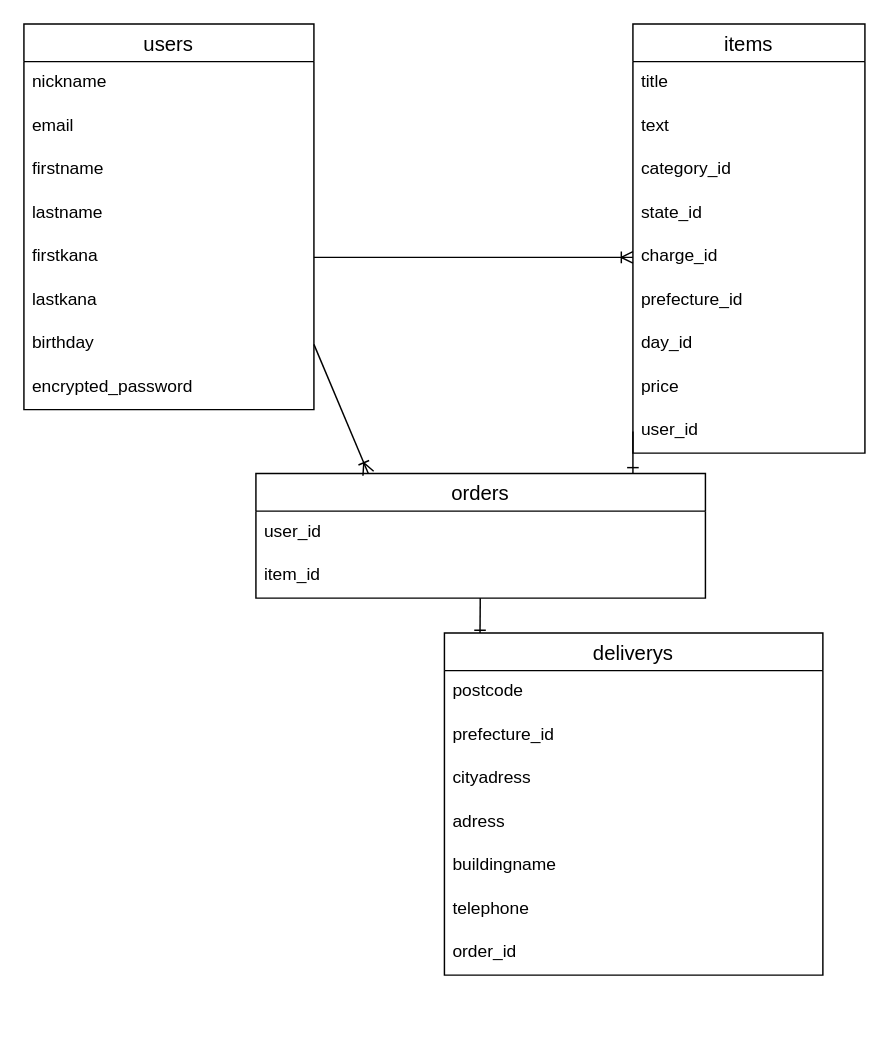
Above: ER.dio in ayako913/furima-38843 (draw.io), before the change. Source tidied: cells renumbered, new cells numbered last; positions are measured from the earlier drawing's top-left corner, leaving out a move shared by most shapes. Both pictures are drawn from the tidied source at 145%, with x=0, y=0 at pixel (23, 23).
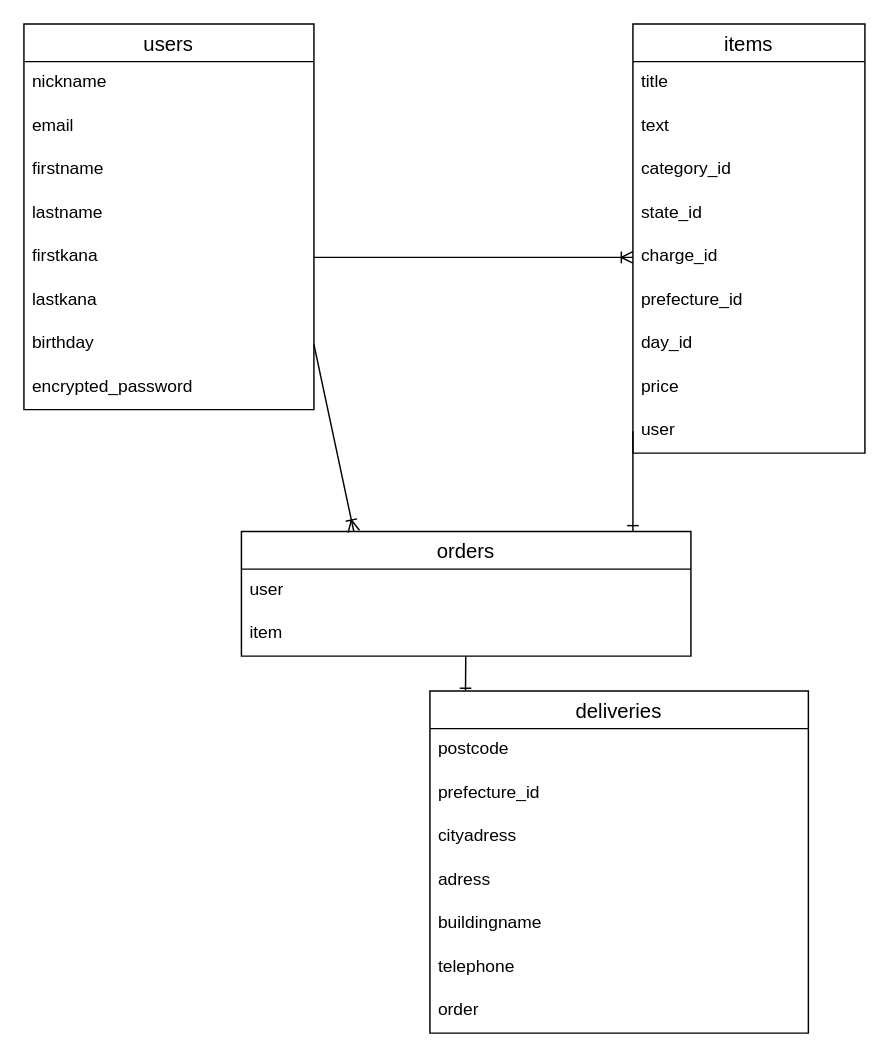
The same page after the edit.

Commit message (it also covers changes not shown here):
データベース設計の修正

Unchanged cells that the change refers to:
```xml
<mxCell id="11" value="items" style="swimlane;fontStyle=0;horizontal=1;startSize=26;align=center;fontSize=14;" parent="1" vertex="1">
  <mxGeometry x="420" width="160" height="296" as="geometry" />
</mxCell>
```

Diff of the diagram source:
```diff
@@
-    <mxCell id="20" value="user_id" style="text;strokeColor=none;fillColor=none;spacingLeft=4;spacingRight=4;overflow=hidden;points=[[0,0.5],[1,0.5]];portConstraint=eastwest;fontSize=12;" parent="11" vertex="1">
+    <mxCell id="20" value="user" style="text;strokeColor=none;fillColor=none;spacingLeft=4;spacingRight=4;overflow=hidden;points=[[0,0.5],[1,0.5]];portConstraint=eastwest;fontSize=12;" parent="11" vertex="1">
       <mxGeometry y="266" width="160" height="30" as="geometry" />
     </mxCell>
@@
     <mxCell id="23" value="orders" style="swimlane;fontStyle=0;horizontal=1;startSize=26;align=center;fontSize=14;" parent="1" vertex="1">
-      <mxGeometry x="160" y="310" width="310" height="86" as="geometry" />
+      <mxGeometry x="150" y="350" width="310" height="86" as="geometry" />
     </mxCell>
-    <mxCell id="24" value="user_id" style="text;strokeColor=none;fillColor=none;spacingLeft=4;spacingRight=4;overflow=hidden;fontSize=12;" parent="23" vertex="1">
+    <mxCell id="24" value="user" style="text;strokeColor=none;fillColor=none;spacingLeft=4;spacingRight=4;overflow=hidden;fontSize=12;" parent="23" vertex="1">
       <mxGeometry y="26" width="310" height="30" as="geometry" />
     </mxCell>
-    <mxCell id="25" value="item_id" style="text;strokeColor=none;fillColor=none;spacingLeft=4;spacingRight=4;overflow=hidden;fontSize=12;" parent="23" vertex="1">
+    <mxCell id="25" value="item" style="text;strokeColor=none;fillColor=none;spacingLeft=4;spacingRight=4;overflow=hidden;fontSize=12;" parent="23" vertex="1">
       <mxGeometry y="56" width="310" height="30" as="geometry" />
     </mxCell>
@@
-    <mxCell id="27" value="deliverys" style="swimlane;fontStyle=0;horizontal=1;startSize=26;align=center;fontSize=14;strokeColor=default;" parent="1" vertex="1">
-      <mxGeometry x="290" y="420" width="261" height="236" as="geometry" />
+    <mxCell id="27" value="deliveries" style="swimlane;fontStyle=0;horizontal=1;startSize=26;align=center;fontSize=14;strokeColor=default;" parent="1" vertex="1">
+      <mxGeometry x="280" y="460" width="261" height="236" as="geometry" />
     </mxCell>
@@
-    <mxCell id="34" value="order_id" style="text;strokeColor=none;fillColor=none;spacingLeft=4;spacingRight=4;overflow=hidden;fontSize=12;" parent="27" vertex="1">
+    <mxCell id="34" value="order" style="text;strokeColor=none;fillColor=none;spacingLeft=4;spacingRight=4;overflow=hidden;fontSize=12;" parent="27" vertex="1">
       <mxGeometry y="206" width="261" height="30" as="geometry" />
     </mxCell>
-    <mxCell id="35" style="edgeStyle=none;html=1;exitX=0;exitY=0.5;exitDx=0;exitDy=0;endArrow=ERone;endFill=0;" parent="1" edge="1" source="20">
-      <mxGeometry relative="1" as="geometry">
-        <mxPoint x="420" y="310" as="targetPoint" />
-      </mxGeometry>
-    </mxCell>
+    <mxCell id="36" style="edgeStyle=none;html=1;exitX=0;exitY=0.5;exitDx=0;exitDy=0;entryX=0.871;entryY=0;entryDx=0;entryDy=0;entryPerimeter=0;endArrow=ERone;endFill=0;" parent="1" edge="1" source="20" target="23">
+      <mxGeometry relative="1" as="geometry" />
+    </mxCell>
```
